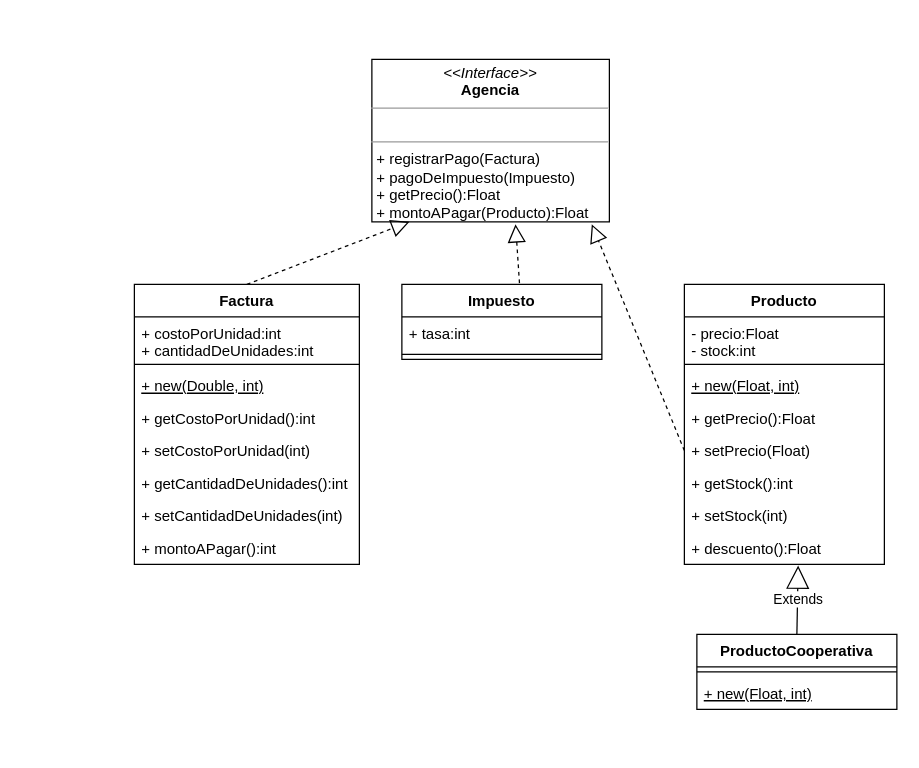
nhubczyk/Diagramas-UML keeps this draw.io diagram as unq-po2-tp5-mercadoCentral.drawio. Above is the earlier version. Source tidied: cells renumbered, new cells numbered last; positions are measured from the earlier drawing's top-left corner, leaving out a move shared by most shapes. Both pictures are drawn from the tidied source at 125%, with x=0, y=0 at pixel (134, 59).
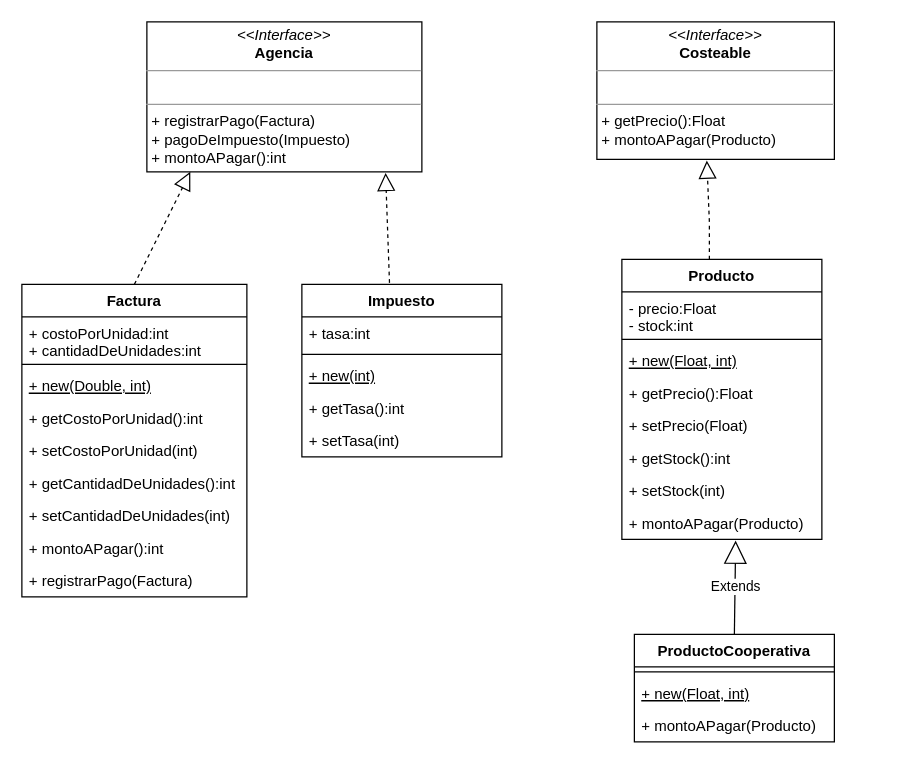
Above is the later version.

The change refers to these unchanged cells:
```xml
<mxCell id="7" value="+ setPrecio(Float)" style="text;strokeColor=none;fillColor=none;align=left;verticalAlign=top;spacingLeft=4;spacingRight=4;overflow=hidden;points=[[0,0.5],[1,0.5]];portConstraint=eastwest;fontStyle=0;" parent="2" vertex="1">
  <mxGeometry y="120" width="160" height="26" as="geometry" />
</mxCell>
```

Change to the diagram source:
```diff
@@
     <mxCell id="2" value="Producto" style="swimlane;fontStyle=1;align=center;verticalAlign=top;horizontal=1;startSize=26;" parent="1" vertex="1">
-      <mxGeometry x="440" y="180" width="160" height="224" as="geometry" />
+      <mxGeometry x="390" y="160" width="160" height="224" as="geometry" />
     </mxCell>
@@
-    <mxCell id="10" value="+ descuento():Float" style="text;strokeColor=none;fillColor=none;align=left;verticalAlign=top;spacingLeft=4;spacingRight=4;overflow=hidden;points=[[0,0.5],[1,0.5]];portConstraint=eastwest;fontStyle=0;" parent="2" vertex="1">
+    <mxCell id="10" value="+ montoAPagar(Producto)" style="text;strokeColor=none;fillColor=none;align=left;verticalAlign=top;spacingLeft=4;spacingRight=4;overflow=hidden;points=[[0,0.5],[1,0.5]];portConstraint=eastwest;fontStyle=0;" parent="2" vertex="1">
       <mxGeometry y="198" width="160" height="26" as="geometry" />
     </mxCell>
     <mxCell id="11" value="ProductoCooperativa" style="swimlane;fontStyle=1;align=center;verticalAlign=top;horizontal=1;startSize=26;" parent="1" vertex="1">
-      <mxGeometry x="450" y="460" width="160" height="60" as="geometry" />
+      <mxGeometry x="400" y="460" width="160" height="86" as="geometry" />
     </mxCell>
@@
+    <mxCell id="31" value="+ montoAPagar(Producto)" style="text;strokeColor=none;fillColor=none;align=left;verticalAlign=top;spacingLeft=4;spacingRight=4;overflow=hidden;fontStyle=0;" parent="11" vertex="1">
+      <mxGeometry y="60" width="160" height="26" as="geometry" />
+    </mxCell>
@@
-    <mxCell id="15" style="endArrow=block;dashed=1;endFill=0;endSize=12;html=1;rounded=0;exitX=0;exitY=0.5;exitDx=0;exitDy=0;entryX=0.926;entryY=1.015;entryDx=0;entryDy=0;entryPerimeter=0;" parent="1" edge="1" source="7" target="16">
-      <mxGeometry relative="1" as="geometry" />
-    </mxCell>
-    <mxCell id="16" value="&lt;p style=&quot;margin:0px;margin-top:4px;text-align:center;&quot;&gt;&lt;i&gt;&amp;lt;&amp;lt;Interface&amp;gt;&amp;gt;&lt;/i&gt;&lt;br&gt;&lt;b&gt;Agencia&lt;/b&gt;&lt;/p&gt;&lt;hr size=&quot;1&quot;&gt;&lt;p style=&quot;margin:0px;margin-left:4px;&quot;&gt;&lt;br&gt;&lt;/p&gt;&lt;hr size=&quot;1&quot;&gt;&lt;p style=&quot;margin:0px;margin-left:4px;&quot;&gt;+ registrarPago(Factura)&lt;/p&gt;&lt;p style=&quot;margin:0px;margin-left:4px;&quot;&gt;+ pagoDeImpuesto(Impuesto)&lt;/p&gt;&lt;p style=&quot;margin:0px;margin-left:4px;&quot;&gt;+ getPrecio():Float&lt;/p&gt;&lt;p style=&quot;margin:0px;margin-left:4px;&quot;&gt;+ montoAPagar(Producto):Float&lt;br&gt;&lt;br&gt;&lt;/p&gt;" style="verticalAlign=top;align=left;overflow=fill;fontSize=12;fontFamily=Helvetica;html=1;" parent="1" vertex="1">
-      <mxGeometry x="190" width="190" height="130" as="geometry" />
+    <mxCell id="16" value="&lt;p style=&quot;margin:0px;margin-top:4px;text-align:center;&quot;&gt;&lt;i&gt;&amp;lt;&amp;lt;Interface&amp;gt;&amp;gt;&lt;/i&gt;&lt;br&gt;&lt;b&gt;Agencia&lt;/b&gt;&lt;/p&gt;&lt;hr size=&quot;1&quot;&gt;&lt;p style=&quot;margin:0px;margin-left:4px;&quot;&gt;&lt;br&gt;&lt;/p&gt;&lt;hr size=&quot;1&quot;&gt;&lt;p style=&quot;margin:0px;margin-left:4px;&quot;&gt;+ registrarPago(Factura)&lt;/p&gt;&lt;p style=&quot;margin:0px;margin-left:4px;&quot;&gt;+ pagoDeImpuesto(Impuesto)&lt;/p&gt;&lt;p style=&quot;margin:0px;margin-left:4px;&quot;&gt;+ montoAPagar():int&lt;br&gt;&lt;br&gt;&lt;/p&gt;" style="verticalAlign=top;align=left;overflow=fill;fontSize=12;fontFamily=Helvetica;html=1;" parent="1" vertex="1">
+      <mxGeometry x="10" y="-30" width="220" height="120" as="geometry" />
     </mxCell>
     <mxCell id="17" value="Factura" style="swimlane;fontStyle=1;align=center;verticalAlign=top;horizontal=1;startSize=26;" parent="1" vertex="1">
-      <mxGeometry y="180" width="180" height="224" as="geometry" />
+      <mxGeometry x="-90" y="180" width="180" height="250" as="geometry" />
     </mxCell>
@@
+    <mxCell id="32" value="+ registrarPago(Factura)" style="text;strokeColor=none;fillColor=none;align=left;verticalAlign=top;spacingLeft=4;spacingRight=4;overflow=hidden;" parent="17" vertex="1">
+      <mxGeometry y="224" width="180" height="26" as="geometry" />
+    </mxCell>
+    <mxCell id="29" style="endArrow=block;dashed=1;endFill=0;endSize=12;html=1;rounded=0;entryX=0.158;entryY=1;entryDx=0;entryDy=0;entryPerimeter=0;exitX=0.5;exitY=0;exitDx=0;exitDy=0;" parent="1" edge="1" source="17" target="16">
+      <mxGeometry relative="1" as="geometry" />
+    </mxCell>
+    <mxCell id="30" style="endArrow=block;dashed=1;endFill=0;endSize=12;html=1;rounded=0;exitX=0.588;exitY=-0.017;exitDx=0;exitDy=0;exitPerimeter=0;entryX=0.868;entryY=1.007;entryDx=0;entryDy=0;entryPerimeter=0;" parent="1" edge="1" target="16">
+      <mxGeometry relative="1" as="geometry">
+        <mxPoint x="204.1" y="178.8" as="sourcePoint" />
+      </mxGeometry>
+    </mxCell>
     <mxCell id="26" value="Impuesto" style="swimlane;fontStyle=1;align=center;verticalAlign=top;horizontal=1;startSize=26;" parent="1" vertex="1">
-      <mxGeometry x="214" y="180" width="160" height="60" as="geometry" />
+      <mxGeometry x="134" y="180" width="160" height="138" as="geometry" />
     </mxCell>
@@
-    <mxCell id="29" style="endArrow=block;dashed=1;endFill=0;endSize=12;html=1;rounded=0;entryX=0.158;entryY=1;entryDx=0;entryDy=0;entryPerimeter=0;exitX=0.5;exitY=0;exitDx=0;exitDy=0;" parent="1" edge="1" source="17" target="16">
-      <mxGeometry relative="1" as="geometry" />
-    </mxCell>
-    <mxCell id="30" style="endArrow=block;dashed=1;endFill=0;endSize=12;html=1;rounded=0;entryX=0.605;entryY=1.015;entryDx=0;entryDy=0;entryPerimeter=0;exitX=0.588;exitY=-0.017;exitDx=0;exitDy=0;exitPerimeter=0;" parent="1" edge="1" source="26" target="16">
-      <mxGeometry relative="1" as="geometry" />
-    </mxCell>
+    <mxCell id="33" value="+ new(int)" style="text;strokeColor=none;fillColor=none;align=left;verticalAlign=top;spacingLeft=4;spacingRight=4;overflow=hidden;fontStyle=4;" parent="26" vertex="1">
+      <mxGeometry y="60" width="160" height="26" as="geometry" />
+    </mxCell>
+    <mxCell id="34" value="+ getTasa():int" style="text;strokeColor=none;fillColor=none;align=left;verticalAlign=top;spacingLeft=4;spacingRight=4;overflow=hidden;" parent="26" vertex="1">
+      <mxGeometry y="86" width="160" height="26" as="geometry" />
+    </mxCell>
+    <mxCell id="35" value="+ setTasa(int)" style="text;strokeColor=none;fillColor=none;align=left;verticalAlign=top;spacingLeft=4;spacingRight=4;overflow=hidden;" parent="26" vertex="1">
+      <mxGeometry y="112" width="160" height="26" as="geometry" />
+    </mxCell>
+    <mxCell id="36" value="&lt;p style=&quot;margin:0px;margin-top:4px;text-align:center;&quot;&gt;&lt;i&gt;&amp;lt;&amp;lt;Interface&amp;gt;&amp;gt;&lt;/i&gt;&lt;br&gt;&lt;b&gt;Costeable&lt;/b&gt;&lt;/p&gt;&lt;hr size=&quot;1&quot;&gt;&lt;p style=&quot;margin:0px;margin-left:4px;&quot;&gt;&lt;br&gt;&lt;/p&gt;&lt;hr size=&quot;1&quot;&gt;&lt;p style=&quot;margin:0px;margin-left:4px;&quot;&gt;+ getPrecio():Float&lt;/p&gt;&lt;p style=&quot;margin:0px;margin-left:4px;&quot;&gt;+ montoAPagar(Producto)&lt;/p&gt;" style="verticalAlign=top;align=left;overflow=fill;fontSize=12;fontFamily=Helvetica;html=1;" parent="1" vertex="1">
+      <mxGeometry x="370" y="-30" width="190" height="110" as="geometry" />
+    </mxCell>
+    <mxCell id="37" style="endArrow=block;dashed=1;endFill=0;endSize=12;html=1;rounded=0;entryX=0.463;entryY=1.009;entryDx=0;entryDy=0;entryPerimeter=0;" parent="1" edge="1" target="36">
+      <mxGeometry relative="1" as="geometry">
+        <mxPoint x="460" y="160" as="sourcePoint" />
+        <Array as="points">
+          <mxPoint x="460" y="130" />
+        </Array>
+      </mxGeometry>
+    </mxCell>
```
